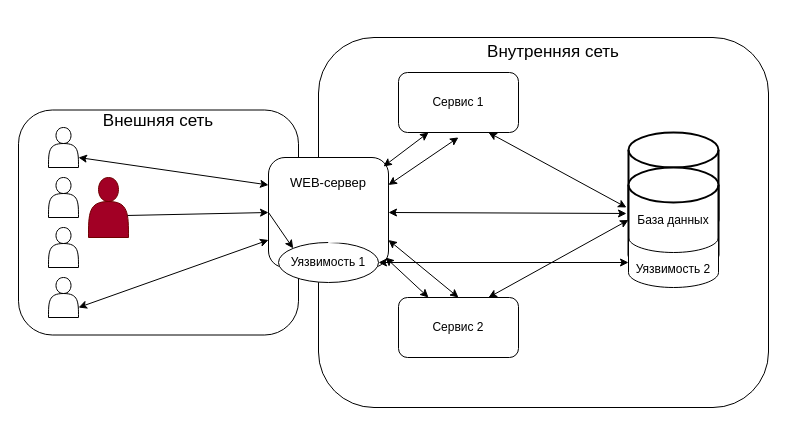
Above: Диаграмма без названия.drawio in K4pt3r/python (draw.io), before the change. Source tidied: cells renumbered, new cells numbered last; positions are measured from the earlier drawing's top-left corner, leaving out a move shared by most shapes. Both pictures are drawn from the tidied source at 100%, with x=0, y=0 at pixel (18, 17).
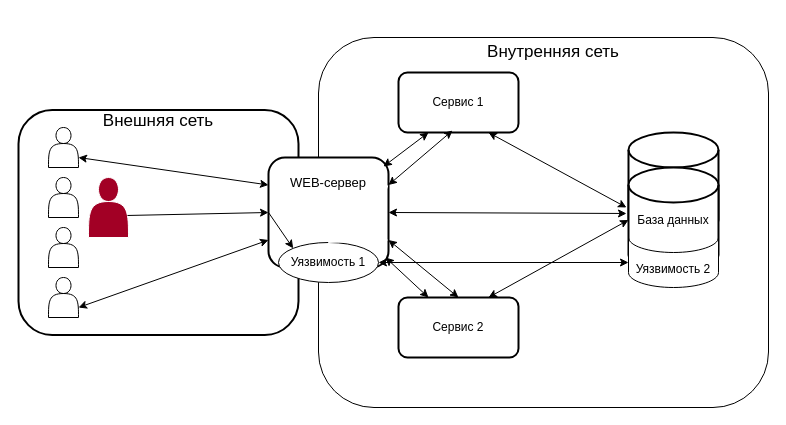
After the change.

Unchanged cells that the change refers to:
```xml
<mxCell id="4" style="shape=actor;whiteSpace=wrap;html=1;" parent="1" vertex="1">
  <mxGeometry x="30" y="110" width="30" height="40" as="geometry" />
</mxCell>
```

The edit, as a diff of the source:
```diff
@@
-    <mxCell id="2" value="&lt;div&gt;&lt;/div&gt;" style="rounded=1;whiteSpace=wrap;html=1;fontColor=default;" parent="1" vertex="1">
+    <mxCell id="2" value="&lt;div&gt;&lt;/div&gt;" style="rounded=1;whiteSpace=wrap;html=1;fontColor=default;strokeColor=light-dark(#000000,#000000);labelBackgroundColor=none;fillColor=light-dark(#FFFFFF,#FFFFFF);strokeWidth=2;" parent="1" vertex="1">
       <mxGeometry y="92.5" width="280" height="225" as="geometry" />
     </mxCell>
-    <mxCell id="3" style="rounded=1;whiteSpace=wrap;html=1;" parent="1" vertex="1">
+    <mxCell id="3" style="rounded=1;whiteSpace=wrap;html=1;fillColor=light-dark(#FFFFFF,#FFFFFF);" parent="1" vertex="1">
       <mxGeometry x="300" y="20" width="450" height="370" as="geometry" />
     </mxCell>
@@
-    <mxCell id="8" style="shape=actor;whiteSpace=wrap;html=1;fillColor=light-dark(#A20025,#FF0000);fontColor=#ffffff;strokeColor=#6F0000;" parent="1" vertex="1">
+    <mxCell id="8" style="shape=actor;whiteSpace=wrap;html=1;fillColor=light-dark(#A20025,#FF0000);fontColor=#ffffff;strokeColor=light-dark(#FFFFFF,#FF0000);" parent="1" vertex="1">
       <mxGeometry x="70" y="160" width="40" height="60" as="geometry" />
     </mxCell>
@@
-    <mxCell id="10" value="База данных" style="strokeWidth=2;html=1;shape=mxgraph.flowchart.database;whiteSpace=wrap;" parent="1" vertex="1">
+    <mxCell id="10" value="База данных" style="strokeWidth=2;html=1;shape=mxgraph.flowchart.database;whiteSpace=wrap;fontColor=light-dark(#000000,#FFFFFF);" parent="1" vertex="1">
       <mxGeometry x="610" y="150" width="90" height="105" as="geometry" />
     </mxCell>
@@
-    <mxCell id="12" value="Сервис 1" style="rounded=1;whiteSpace=wrap;html=1;" parent="1" vertex="1">
+    <mxCell id="12" value="Сервис 1" style="rounded=1;whiteSpace=wrap;html=1;fontColor=light-dark(#000000,#000000);fillColor=light-dark(#FFFFFF,#FFFFFF);strokeWidth=2;strokeColor=light-dark(#000000,#000000);" parent="1" vertex="1">
       <mxGeometry x="380" y="55" width="120" height="60" as="geometry" />
     </mxCell>
-    <mxCell id="13" value="Сервис 2" style="rounded=1;whiteSpace=wrap;html=1;" parent="1" vertex="1">
+    <mxCell id="13" value="Сервис 2" style="rounded=1;whiteSpace=wrap;html=1;fontColor=light-dark(#000000,#000000);fillColor=light-dark(#FFFFFF,#FFFFFF);strokeColor=light-dark(#000000,#000000);strokeWidth=2;" parent="1" vertex="1">
       <mxGeometry x="380" y="280" width="120" height="60" as="geometry" />
     </mxCell>
-    <mxCell id="14" style="rounded=1;whiteSpace=wrap;html=1;" parent="1" vertex="1">
+    <mxCell id="14" style="rounded=1;whiteSpace=wrap;html=1;fillColor=light-dark(#FFFFFF,#FFFFFF);labelBorderColor=light-dark(#000000,#000000);labelBackgroundColor=light-dark(#FFFFFF,#000000);strokeWidth=2;strokeColor=light-dark(#000000,#000000);" parent="1" vertex="1">
       <mxGeometry x="250" y="140" width="120" height="110" as="geometry" />
     </mxCell>
@@
-    <mxCell id="16" value="Внешняя сеть" style="text;html=1;align=center;verticalAlign=middle;whiteSpace=wrap;rounded=0;fontSize=17;" parent="1" vertex="1">
+    <mxCell id="16" value="Внешняя сеть" style="text;html=1;align=center;verticalAlign=middle;whiteSpace=wrap;rounded=0;fontSize=17;fontColor=light-dark(#000000,#000000);" parent="1" vertex="1">
       <mxGeometry x="20" y="80" width="240" height="47.5" as="geometry" />
     </mxCell>
-    <mxCell id="17" value="&lt;font style=&quot;font-size: 17px;&quot;&gt;Внутренняя сеть&lt;/font&gt;" style="text;html=1;align=center;verticalAlign=middle;whiteSpace=wrap;rounded=0;" parent="1" vertex="1">
+    <mxCell id="17" value="&lt;font style=&quot;font-size: 17px;&quot;&gt;Внутренняя сеть&lt;/font&gt;" style="text;html=1;align=center;verticalAlign=middle;whiteSpace=wrap;rounded=0;fontColor=light-dark(#000000,#000000);" parent="1" vertex="1">
       <mxGeometry x="360" width="350" height="70" as="geometry" />
     </mxCell>
-    <mxCell id="18" style="endArrow=classic;startArrow=classic;html=1;rounded=0;exitX=1;exitY=0.75;exitDx=0;exitDy=0;entryX=0;entryY=0.25;entryDx=0;entryDy=0;" parent="1" edge="1" source="4" target="14">
+    <mxCell id="18" style="endArrow=classic;startArrow=classic;html=1;rounded=0;exitX=1;exitY=0.75;exitDx=0;exitDy=0;entryX=0;entryY=0.25;entryDx=0;entryDy=0;fontColor=light-dark(#000000,#000000);strokeColor=light-dark(#000000,#000000);" parent="1" edge="1" source="4" target="14">
       <mxGeometry relative="1" as="geometry" />
     </mxCell>
-    <mxCell id="19" style="endArrow=classic;startArrow=classic;html=1;rounded=0;entryX=0.25;entryY=1;entryDx=0;entryDy=0;exitX=0.958;exitY=0.082;exitDx=0;exitDy=0;exitPerimeter=0;" parent="1" edge="1" source="14" target="12">
+    <mxCell id="19" style="endArrow=classic;startArrow=classic;html=1;rounded=0;entryX=0.25;entryY=1;entryDx=0;entryDy=0;exitX=0.958;exitY=0.082;exitDx=0;exitDy=0;exitPerimeter=0;strokeColor=light-dark(#000000,#000000);" parent="1" edge="1" source="14" target="12">
       <mxGeometry relative="1" as="geometry" />
     </mxCell>
-    <mxCell id="20" style="endArrow=classic;startArrow=classic;html=1;rounded=0;exitX=0.25;exitY=0;exitDx=0;exitDy=0;entryX=0.975;entryY=0.909;entryDx=0;entryDy=0;entryPerimeter=0;" parent="1" edge="1" source="13" target="14">
+    <mxCell id="20" style="endArrow=classic;startArrow=classic;html=1;rounded=0;exitX=0.25;exitY=0;exitDx=0;exitDy=0;entryX=0.975;entryY=0.909;entryDx=0;entryDy=0;entryPerimeter=0;strokeColor=light-dark(#000000,#000000);" parent="1" edge="1" source="13" target="14">
       <mxGeometry relative="1" as="geometry" />
     </mxCell>
-    <mxCell id="21" style="endArrow=classic;startArrow=classic;html=1;rounded=0;exitX=1;exitY=0.5;exitDx=0;exitDy=0;entryX=-0.022;entryY=0.438;entryDx=0;entryDy=0;entryPerimeter=0;" parent="1" edge="1" source="14" target="10">
+    <mxCell id="21" style="endArrow=classic;startArrow=classic;html=1;rounded=0;exitX=1;exitY=0.5;exitDx=0;exitDy=0;entryX=-0.022;entryY=0.438;entryDx=0;entryDy=0;entryPerimeter=0;strokeColor=light-dark(#000000,#000000);" parent="1" edge="1" source="14" target="10">
       <mxGeometry relative="1" as="geometry" />
     </mxCell>
-    <mxCell id="22" style="endArrow=classic;startArrow=classic;html=1;rounded=0;entryX=0;entryY=0.75;entryDx=0;entryDy=0;" parent="1" edge="1" target="14">
+    <mxCell id="22" style="endArrow=classic;startArrow=classic;html=1;rounded=0;entryX=0;entryY=0.75;entryDx=0;entryDy=0;strokeColor=light-dark(#000000,#000000);" parent="1" edge="1" target="14">
       <mxGeometry relative="1" as="geometry">
         <mxPoint x="60" y="290" as="sourcePoint" />
       </mxGeometry>
     </mxCell>
@@
-    <mxCell id="24" style="endArrow=classic;startArrow=classic;html=1;rounded=0;exitX=0.75;exitY=1;exitDx=0;exitDy=0;" parent="1" edge="1" source="12">
+    <mxCell id="24" style="endArrow=classic;startArrow=classic;html=1;rounded=0;exitX=0.75;exitY=1;exitDx=0;exitDy=0;strokeColor=light-dark(#000000,#000000);" parent="1" edge="1" source="12">
       <mxGeometry relative="1" as="geometry">
         <mxPoint x="608" y="190" as="targetPoint" />
       </mxGeometry>
     </mxCell>
-    <mxCell id="25" style="endArrow=classic;startArrow=classic;html=1;rounded=0;entryX=0;entryY=0.5;entryDx=0;entryDy=0;entryPerimeter=0;exitX=0.75;exitY=0;exitDx=0;exitDy=0;" parent="1" edge="1" source="13" target="10">
+    <mxCell id="25" style="endArrow=classic;startArrow=classic;html=1;rounded=0;entryX=0;entryY=0.5;entryDx=0;entryDy=0;entryPerimeter=0;exitX=0.75;exitY=0;exitDx=0;exitDy=0;strokeColor=light-dark(#000000,#000000);" parent="1" edge="1" source="13" target="10">
       <mxGeometry relative="1" as="geometry" />
     </mxCell>
-    <mxCell id="26" style="endArrow=classic;startArrow=classic;html=1;rounded=0;entryX=0.311;entryY=0.27;entryDx=0;entryDy=0;entryPerimeter=0;exitX=1;exitY=0.25;exitDx=0;exitDy=0;strokeColor=light-dark(#000000,#FF0000);" parent="1" edge="1" source="14" target="3">
+    <mxCell id="26" style="endArrow=classic;startArrow=classic;html=1;rounded=0;exitX=1;exitY=0.25;exitDx=0;exitDy=0;strokeColor=light-dark(#000000,#FF0000);entryX=0.45;entryY=0.967;entryDx=0;entryDy=0;entryPerimeter=0;" parent="1" edge="1" source="14" target="12">
       <mxGeometry relative="1" as="geometry" />
     </mxCell>
@@
-    <mxCell id="32" value="&lt;font style=&quot;font-size: 13px;&quot;&gt;WEB-сервер&lt;/font&gt;" style="text;html=1;align=center;verticalAlign=middle;whiteSpace=wrap;rounded=0;" parent="1" vertex="1">
+    <mxCell id="32" value="&lt;font style=&quot;font-size: 13px;&quot;&gt;WEB-сервер&lt;/font&gt;" style="text;html=1;align=center;verticalAlign=middle;whiteSpace=wrap;rounded=0;fontColor=light-dark(#000000,#1A1A1A);" parent="1" vertex="1">
       <mxGeometry x="260" y="140" width="100" height="50" as="geometry" />
     </mxCell>
```
